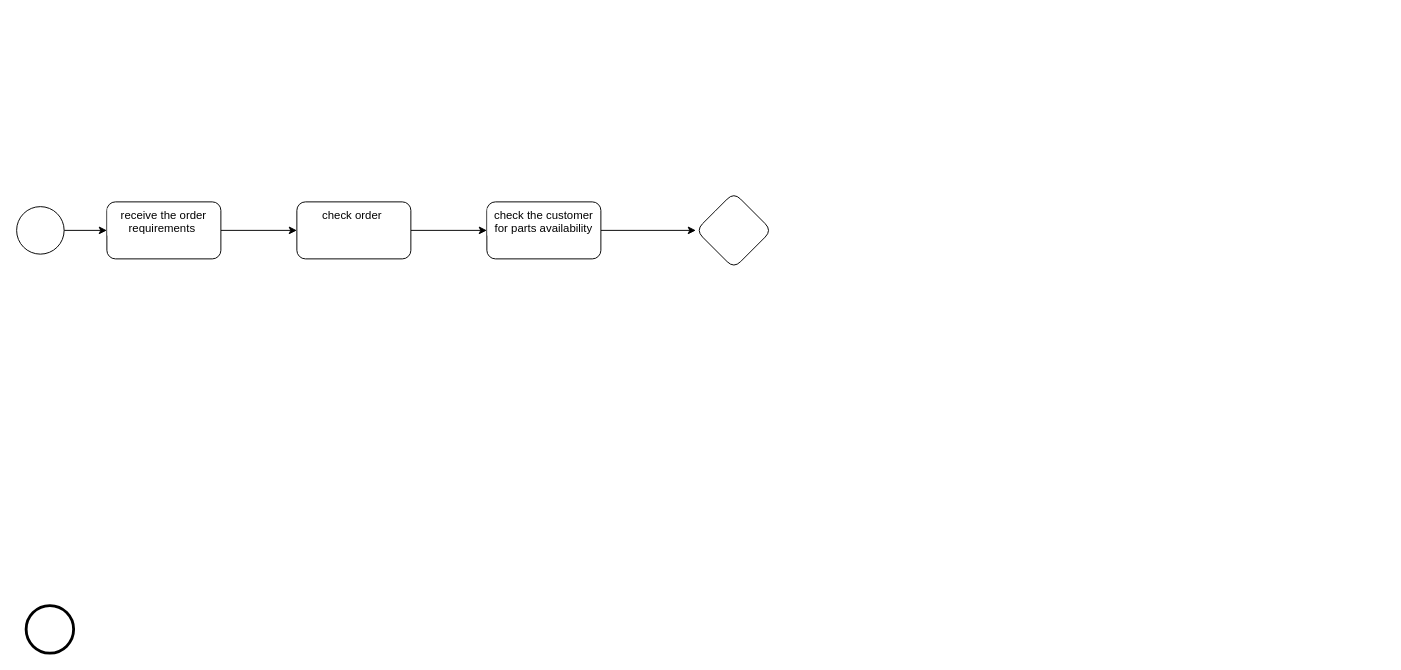
Earlier version of the draw.io diagram lab2.drawio (HuangKst/EnterpriseSystemArch). Source tidied: cells renumbered, new cells numbered last; positions are measured from the earlier drawing's top-left corner, leaving out a move shared by most shapes. Both pictures are drawn from the tidied source at 95%, with x=0, y=0 at pixel (16, 192).
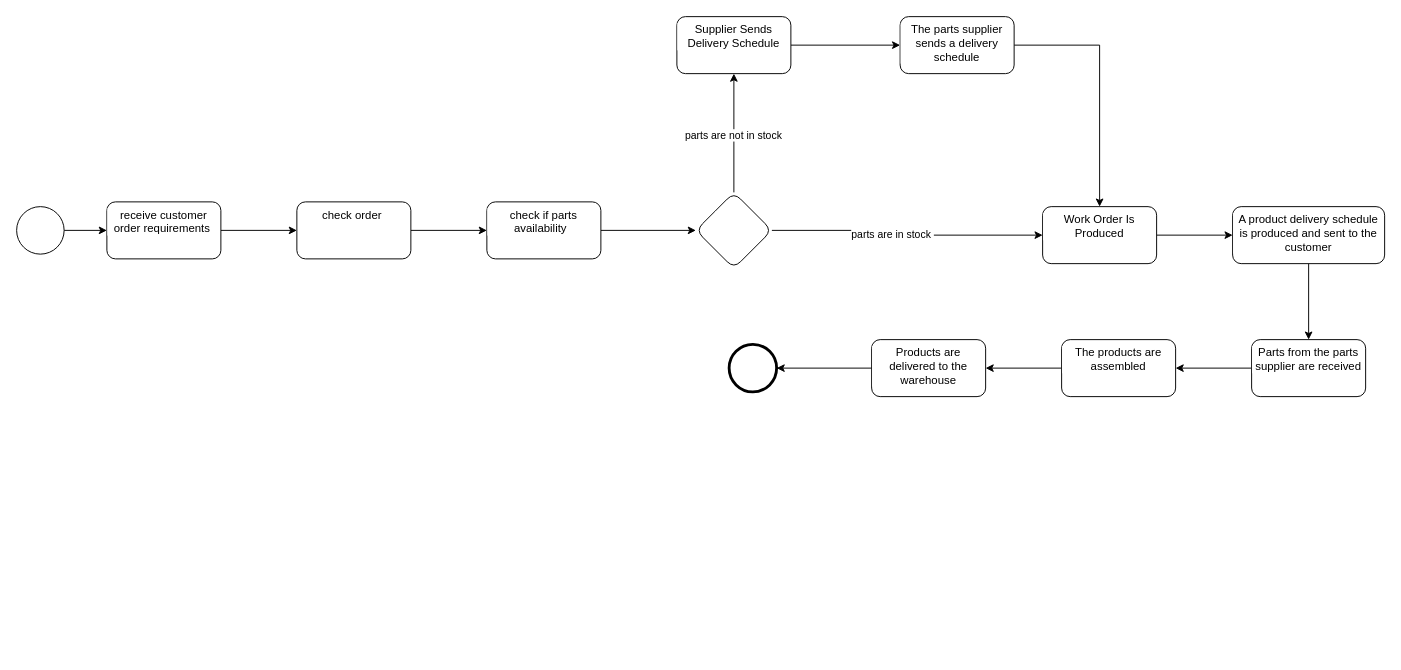
The same diagram, later.

Unchanged cells that the change refers to:
```xml
<mxCell id="11" style="rhombus;whiteSpace=wrap;html=1;verticalAlign=top;rounded=1;labelBackgroundColor=#ffffff;" parent="1" vertex="1">
  <mxGeometry x="715" width="80" height="80" as="geometry" />
</mxCell>
```

The edit, as a diff of the source:
```diff
@@
     <mxCell id="4" style="points=[[0.145,0.145,0],[0.5,0,0],[0.855,0.145,0],[1,0.5,0],[0.855,0.855,0],[0.5,1,0],[0.145,0.855,0],[0,0.5,0]];shape=mxgraph.bpmn.event;html=1;verticalLabelPosition=bottom;labelBackgroundColor=#ffffff;verticalAlign=top;align=center;perimeter=ellipsePerimeter;outlineConnect=0;outline=end;symbol=terminate2;" parent="1" vertex="1">
-      <mxGeometry x="10" y="435" width="50" height="50" as="geometry" />
+      <mxGeometry x="750" y="160" width="50" height="50" as="geometry" />
     </mxCell>
@@
-    <mxCell id="6" value="receive the order requirements&amp;nbsp;" style="rounded=1;whiteSpace=wrap;html=1;verticalAlign=top;labelBackgroundColor=#ffffff;" parent="1" vertex="1">
+    <mxCell id="6" value="receive customer order requirements&amp;nbsp;" style="rounded=1;whiteSpace=wrap;html=1;verticalAlign=top;labelBackgroundColor=#ffffff;" parent="1" vertex="1">
       <mxGeometry x="95" y="10" width="120" height="60" as="geometry" />
     </mxCell>
@@
-    <mxCell id="10" value="check the customer for parts availability" style="rounded=1;whiteSpace=wrap;html=1;verticalAlign=top;labelBackgroundColor=#ffffff;" parent="1" vertex="1">
+    <mxCell id="10" value="check if parts availability&amp;nbsp;&amp;nbsp;" style="rounded=1;whiteSpace=wrap;html=1;verticalAlign=top;labelBackgroundColor=#ffffff;" parent="1" vertex="1">
       <mxGeometry x="495" y="10" width="120" height="60" as="geometry" />
     </mxCell>
+    <mxCell id="12" style="edgeStyle=orthogonalEdgeStyle;rounded=0;jettySize=auto;html=1;" parent="1" edge="1" source="11" target="17">
+      <mxGeometry relative="1" as="geometry" />
+    </mxCell>
+    <mxCell id="13" value="parts are not in stock&amp;nbsp;" style="edgeLabel;html=1;align=center;verticalAlign=middle;" parent="12" vertex="1">
+      <mxGeometry x="-0.02" relative="1" as="geometry" />
+    </mxCell>
+    <mxCell id="14" style="edgeStyle=orthogonalEdgeStyle;rounded=0;jettySize=auto;html=1;entryX=0;entryY=0.5;entryDx=0;entryDy=0;" parent="1" edge="1" source="11" target="21">
+      <mxGeometry relative="1" as="geometry" />
+    </mxCell>
+    <mxCell id="15" value="parts are in stock&amp;nbsp;" style="edgeLabel;html=1;align=center;verticalAlign=middle;" parent="14" vertex="1">
+      <mxGeometry x="-0.13" y="-3" relative="1" as="geometry" />
+    </mxCell>
@@
+    <mxCell id="16" style="edgeStyle=orthogonalEdgeStyle;rounded=0;jettySize=auto;html=1;" parent="1" edge="1" source="17" target="19">
+      <mxGeometry relative="1" as="geometry" />
+    </mxCell>
+    <mxCell id="17" value="Supplier Sends Delivery Schedule" style="rounded=1;whiteSpace=wrap;html=1;verticalAlign=top;labelBackgroundColor=#ffffff;" parent="1" vertex="1">
+      <mxGeometry x="695" y="-185" width="120" height="60" as="geometry" />
+    </mxCell>
+    <mxCell id="18" style="edgeStyle=orthogonalEdgeStyle;rounded=0;jettySize=auto;html=1;" parent="1" edge="1" source="19" target="21">
+      <mxGeometry relative="1" as="geometry" />
+    </mxCell>
+    <mxCell id="19" value="The parts supplier sends a delivery schedule" style="whiteSpace=wrap;html=1;verticalAlign=top;rounded=1;labelBackgroundColor=#ffffff;" parent="1" vertex="1">
+      <mxGeometry x="930" y="-185" width="120" height="60" as="geometry" />
+    </mxCell>
+    <mxCell id="20" style="edgeStyle=orthogonalEdgeStyle;rounded=0;jettySize=auto;html=1;" parent="1" edge="1" source="21" target="23">
+      <mxGeometry relative="1" as="geometry" />
+    </mxCell>
+    <mxCell id="21" value="Work Order Is Produced" style="whiteSpace=wrap;html=1;verticalAlign=top;rounded=1;labelBackgroundColor=#ffffff;" parent="1" vertex="1">
+      <mxGeometry x="1080" y="15" width="120" height="60" as="geometry" />
+    </mxCell>
+    <mxCell id="22" style="edgeStyle=orthogonalEdgeStyle;rounded=0;jettySize=auto;html=1;" parent="1" edge="1" source="23" target="25">
+      <mxGeometry relative="1" as="geometry" />
+    </mxCell>
+    <mxCell id="23" value="A product delivery schedule is produced and sent to the customer" style="whiteSpace=wrap;html=1;verticalAlign=top;rounded=1;labelBackgroundColor=#ffffff;" parent="1" vertex="1">
+      <mxGeometry x="1280" y="15" width="160" height="60" as="geometry" />
+    </mxCell>
+    <mxCell id="24" style="edgeStyle=orthogonalEdgeStyle;rounded=0;jettySize=auto;html=1;" parent="1" edge="1" source="25" target="27">
+      <mxGeometry relative="1" as="geometry" />
+    </mxCell>
+    <mxCell id="25" value="Parts from the parts supplier are received" style="whiteSpace=wrap;html=1;verticalAlign=top;rounded=1;labelBackgroundColor=#ffffff;" parent="1" vertex="1">
+      <mxGeometry x="1300" y="155" width="120" height="60" as="geometry" />
+    </mxCell>
+    <mxCell id="26" style="edgeStyle=orthogonalEdgeStyle;rounded=0;jettySize=auto;html=1;" parent="1" edge="1" source="27" target="28">
+      <mxGeometry relative="1" as="geometry" />
+    </mxCell>
+    <mxCell id="27" value="The products are assembled" style="whiteSpace=wrap;html=1;verticalAlign=top;rounded=1;labelBackgroundColor=#ffffff;" parent="1" vertex="1">
+      <mxGeometry x="1100" y="155" width="120" height="60" as="geometry" />
+    </mxCell>
+    <mxCell id="28" value="Products are delivered to the warehouse" style="whiteSpace=wrap;html=1;verticalAlign=top;rounded=1;labelBackgroundColor=#ffffff;" parent="1" vertex="1">
+      <mxGeometry x="900" y="155" width="120" height="60" as="geometry" />
+    </mxCell>
+    <mxCell id="29" style="edgeStyle=orthogonalEdgeStyle;rounded=0;orthogonalLoop=1;jettySize=auto;html=1;exitX=0.5;exitY=1;exitDx=0;exitDy=0;exitPerimeter=0;" parent="1" edge="1" source="4" target="4">
+      <mxGeometry relative="1" as="geometry" />
+    </mxCell>
+    <mxCell id="30" style="edgeStyle=orthogonalEdgeStyle;rounded=0;jettySize=auto;html=1;entryX=1;entryY=0.5;entryDx=0;entryDy=0;entryPerimeter=0;" parent="1" edge="1" source="28" target="4">
+      <mxGeometry relative="1" as="geometry" />
+    </mxCell>
```
